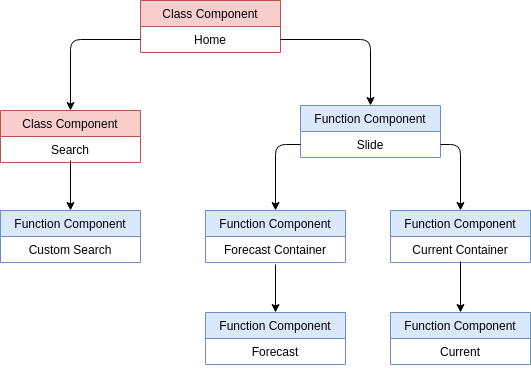
Above: diagramas/arbolComponentes.png in morenocl/may-weather (draw.io), before the change. Source tidied: cells renumbered, new cells last; positions are measured from the earlier drawing's top-left corner, leaving out a move shared by most shapes.
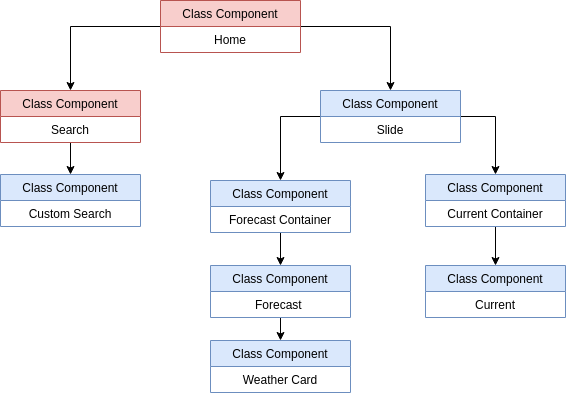
Later version of the same file.

What changed in the source:
```diff
@@ -2,96 +2,83 @@
   <root>
     <mxCell id="0" />
     <mxCell id="1" parent="0" />
-    <mxCell id="2" value="Class Component" style="swimlane;fontStyle=0;horizontal=1;startSize=26;fillColor=#f8cecc;strokeColor=#b85450;" parent="1" vertex="1">
-      <mxGeometry x="140" width="140" height="52" as="geometry" />
-    </mxCell>
+    <mxCell id="25" style="edgeStyle=orthogonalEdgeStyle;rounded=0;jettySize=auto;html=1;exitX=1;exitY=0.5;exitDx=0;exitDy=0;entryX=0.5;entryY=0;entryDx=0;entryDy=0;" parent="1" edge="1" source="27" target="32">
+      <mxGeometry relative="1" as="geometry" />
+    </mxCell>
+    <mxCell id="26" style="edgeStyle=orthogonalEdgeStyle;rounded=0;jettySize=auto;html=1;exitX=0;exitY=0.5;exitDx=0;exitDy=0;entryX=0.5;entryY=0;entryDx=0;entryDy=0;" parent="1" edge="1" source="27" target="29">
+      <mxGeometry relative="1" as="geometry" />
+    </mxCell>
+    <mxCell id="27" value="Class Component" style="swimlane;fontStyle=0;horizontal=1;startSize=26;fillColor=#f8cecc;strokeColor=#b85450;" parent="1" vertex="1">
+      <mxGeometry x="100" width="140" height="52" as="geometry" />
+    </mxCell>
-    <mxCell id="3" value="Home" style="text;strokeColor=none;fillColor=none;align=center;verticalAlign=top;spacingLeft=4;spacingRight=4;overflow=hidden;points=[[0,0.5],[1,0.5]];portConstraint=eastwest;" parent="2" vertex="1">
+    <mxCell id="3" value="Home" style="text;strokeColor=none;fillColor=none;align=center;verticalAlign=top;spacingLeft=4;spacingRight=4;overflow=hidden;points=[[0,0.5],[1,0.5]];portConstraint=eastwest;" parent="27" vertex="1">
       <mxGeometry y="26" width="140" height="26" as="geometry" />
     </mxCell>
-    <mxCell id="4" value="Class Component" style="swimlane;fontStyle=0;horizontal=1;startSize=26;fillColor=#f8cecc;strokeColor=#b85450;" parent="1" vertex="1">
-      <mxGeometry y="110" width="140" height="52" as="geometry" />
-    </mxCell>
+    <mxCell id="28" style="edgeStyle=orthogonalEdgeStyle;rounded=0;jettySize=auto;html=1;exitX=0.5;exitY=1;exitDx=0;exitDy=0;entryX=0.5;entryY=0;entryDx=0;entryDy=0;" parent="1" edge="1" source="29" target="42">
+      <mxGeometry relative="1" as="geometry" />
+    </mxCell>
+    <mxCell id="29" value="Class Component" style="swimlane;fontStyle=0;horizontal=1;startSize=26;fillColor=#f8cecc;strokeColor=#b85450;" parent="1" vertex="1">
+      <mxGeometry x="-60" y="90" width="140" height="52" as="geometry" />
+    </mxCell>
-    <mxCell id="5" value="Search" style="text;strokeColor=none;fillColor=none;align=center;verticalAlign=top;spacingLeft=4;spacingRight=4;overflow=hidden;" parent="4" vertex="1">
+    <mxCell id="5" value="Search" style="text;strokeColor=none;fillColor=none;align=center;verticalAlign=top;spacingLeft=4;spacingRight=4;overflow=hidden;" parent="29" vertex="1">
       <mxGeometry y="26" width="140" height="26" as="geometry" />
     </mxCell>
-    <mxCell id="6" value="Function Component" style="swimlane;fontStyle=0;horizontal=1;startSize=26;fillColor=#dae8fc;strokeColor=#6c8ebf;" parent="1" vertex="1">
-      <mxGeometry x="300" y="105" width="140" height="52" as="geometry" />
-    </mxCell>
+    <mxCell id="30" style="edgeStyle=orthogonalEdgeStyle;rounded=0;jettySize=auto;html=1;exitX=0;exitY=0.5;exitDx=0;exitDy=0;entryX=0.5;entryY=0;entryDx=0;entryDy=0;" parent="1" edge="1" source="32" target="34">
+      <mxGeometry relative="1" as="geometry" />
+    </mxCell>
+    <mxCell id="31" style="edgeStyle=orthogonalEdgeStyle;rounded=0;jettySize=auto;html=1;exitX=1;exitY=0.5;exitDx=0;exitDy=0;entryX=0.5;entryY=0;entryDx=0;entryDy=0;" parent="1" edge="1" source="32" target="36">
+      <mxGeometry relative="1" as="geometry" />
+    </mxCell>
+    <mxCell id="32" value="Class Component" style="swimlane;fontStyle=0;horizontal=1;startSize=26;fillColor=#dae8fc;strokeColor=#6c8ebf;" parent="1" vertex="1">
+      <mxGeometry x="260" y="90" width="140" height="52" as="geometry" />
+    </mxCell>
-    <mxCell id="7" value="Slide" style="text;strokeColor=none;fillColor=none;align=center;verticalAlign=top;spacingLeft=4;spacingRight=4;overflow=hidden;points=[[0,0.5],[1,0.5]];portConstraint=eastwest;" parent="6" vertex="1">
+    <mxCell id="7" value="Slide" style="text;strokeColor=none;fillColor=none;align=center;verticalAlign=top;spacingLeft=4;spacingRight=4;overflow=hidden;points=[[0,0.5],[1,0.5]];portConstraint=eastwest;" parent="32" vertex="1">
       <mxGeometry y="26" width="140" height="26" as="geometry" />
     </mxCell>
-    <mxCell id="8" value="Function Component" style="swimlane;fontStyle=0;horizontal=1;startSize=26;fillColor=#dae8fc;strokeColor=#6c8ebf;" parent="1" vertex="1">
-      <mxGeometry x="205" y="210" width="140" height="52" as="geometry" />
-    </mxCell>
+    <mxCell id="33" style="edgeStyle=orthogonalEdgeStyle;rounded=0;jettySize=auto;html=1;exitX=0.5;exitY=1;exitDx=0;exitDy=0;entryX=0.5;entryY=0;entryDx=0;entryDy=0;" parent="1" edge="1" source="34" target="38">
+      <mxGeometry relative="1" as="geometry" />
+    </mxCell>
+    <mxCell id="34" value="Class Component" style="swimlane;fontStyle=0;horizontal=1;startSize=26;fillColor=#dae8fc;strokeColor=#6c8ebf;" parent="1" vertex="1">
+      <mxGeometry x="150" y="180" width="140" height="52" as="geometry" />
+    </mxCell>
-    <mxCell id="9" value="Forecast Container" style="text;strokeColor=none;fillColor=none;align=center;verticalAlign=top;spacingLeft=4;spacingRight=4;overflow=hidden;" parent="8" vertex="1">
+    <mxCell id="9" value="Forecast Container" style="text;strokeColor=none;fillColor=none;align=center;verticalAlign=top;spacingLeft=4;spacingRight=4;overflow=hidden;" parent="34" vertex="1">
       <mxGeometry y="26" width="140" height="26" as="geometry" />
     </mxCell>
-    <mxCell id="10" value="Function Component" style="swimlane;fontStyle=0;horizontal=1;startSize=26;fillColor=#dae8fc;strokeColor=#6c8ebf;" parent="1" vertex="1">
-      <mxGeometry x="205" y="312" width="140" height="52" as="geometry" />
-    </mxCell>
+    <mxCell id="35" style="edgeStyle=orthogonalEdgeStyle;rounded=0;jettySize=auto;html=1;exitX=0.5;exitY=1;exitDx=0;exitDy=0;entryX=0.5;entryY=0;entryDx=0;entryDy=0;" parent="1" edge="1" source="36" target="39">
+      <mxGeometry relative="1" as="geometry" />
+    </mxCell>
+    <mxCell id="36" value="Class Component" style="swimlane;fontStyle=0;horizontal=1;startSize=26;fillColor=#dae8fc;strokeColor=#6c8ebf;" parent="1" vertex="1">
+      <mxGeometry x="365" y="174" width="140" height="52" as="geometry" />
+    </mxCell>
+    <mxCell id="13" value="Current Container" style="text;strokeColor=none;fillColor=none;align=center;verticalAlign=top;spacingLeft=4;spacingRight=4;overflow=hidden;" parent="36" vertex="1">
+      <mxGeometry y="26" width="140" height="26" as="geometry" />
+    </mxCell>
+    <mxCell id="37" style="edgeStyle=orthogonalEdgeStyle;rounded=0;jettySize=auto;html=1;exitX=0.5;exitY=1;exitDx=0;exitDy=0;entryX=0.5;entryY=0;entryDx=0;entryDy=0;" parent="1" edge="1" source="38" target="40">
+      <mxGeometry relative="1" as="geometry" />
+    </mxCell>
+    <mxCell id="38" value="Class Component" style="swimlane;fontStyle=0;horizontal=1;startSize=26;fillColor=#dae8fc;strokeColor=#6c8ebf;" parent="1" vertex="1">
+      <mxGeometry x="150" y="265" width="140" height="52" as="geometry" />
+    </mxCell>
-    <mxCell id="11" value="Forecast" style="text;strokeColor=none;fillColor=none;align=center;verticalAlign=top;spacingLeft=4;spacingRight=4;overflow=hidden;" parent="10" vertex="1">
+    <mxCell id="11" value="Forecast " style="text;strokeColor=none;fillColor=none;align=center;verticalAlign=top;spacingLeft=4;spacingRight=4;overflow=hidden;" parent="38" vertex="1">
       <mxGeometry y="26" width="140" height="26" as="geometry" />
     </mxCell>
-    <mxCell id="12" value="Function Component" style="swimlane;fontStyle=0;horizontal=1;startSize=26;fillColor=#dae8fc;strokeColor=#6c8ebf;" parent="1" vertex="1">
-      <mxGeometry x="390" y="210" width="140" height="52" as="geometry" />
-    </mxCell>
-    <mxCell id="13" value="Current Container" style="text;strokeColor=none;fillColor=none;align=center;verticalAlign=top;spacingLeft=4;spacingRight=4;overflow=hidden;" parent="12" vertex="1">
-      <mxGeometry y="26" width="140" height="26" as="geometry" />
-    </mxCell>
-    <mxCell id="14" value="Function Component" style="swimlane;fontStyle=0;horizontal=1;startSize=26;fillColor=#dae8fc;strokeColor=#6c8ebf;" parent="1" vertex="1">
-      <mxGeometry x="390" y="312" width="140" height="52" as="geometry" />
-    </mxCell>
+    <mxCell id="39" value="Class Component" style="swimlane;fontStyle=0;horizontal=1;startSize=26;fillColor=#dae8fc;strokeColor=#6c8ebf;" parent="1" vertex="1">
+      <mxGeometry x="365" y="265" width="140" height="52" as="geometry" />
+    </mxCell>
-    <mxCell id="15" value="Current" style="text;strokeColor=none;fillColor=none;align=center;verticalAlign=top;spacingLeft=4;spacingRight=4;overflow=hidden;" parent="14" vertex="1">
+    <mxCell id="15" value="Current" style="text;strokeColor=none;fillColor=none;align=center;verticalAlign=top;spacingLeft=4;spacingRight=4;overflow=hidden;" parent="39" vertex="1">
       <mxGeometry y="26" width="140" height="26" as="geometry" />
     </mxCell>
-    <mxCell id="16" value="Function Component" style="swimlane;fontStyle=0;horizontal=1;startSize=26;fillColor=#dae8fc;strokeColor=#6c8ebf;" parent="1" vertex="1">
-      <mxGeometry y="210" width="140" height="52" as="geometry" />
-    </mxCell>
+    <mxCell id="40" value="Class Component" style="swimlane;fontStyle=0;horizontal=1;startSize=26;fillColor=#dae8fc;strokeColor=#6c8ebf;" parent="1" vertex="1">
+      <mxGeometry x="150" y="340" width="140" height="52" as="geometry" />
+    </mxCell>
+    <mxCell id="41" value="Weather Card" style="text;strokeColor=none;fillColor=none;align=center;verticalAlign=top;spacingLeft=4;spacingRight=4;overflow=hidden;" parent="40" vertex="1">
+      <mxGeometry y="26" width="140" height="26" as="geometry" />
+    </mxCell>
+    <mxCell id="42" value="Class Component" style="swimlane;fontStyle=0;horizontal=1;startSize=26;fillColor=#dae8fc;strokeColor=#6c8ebf;" parent="1" vertex="1">
+      <mxGeometry x="-60" y="174" width="140" height="52" as="geometry" />
+    </mxCell>
-    <mxCell id="17" value="Custom Search" style="text;strokeColor=none;fillColor=none;align=center;verticalAlign=top;spacingLeft=4;spacingRight=4;overflow=hidden;" parent="16" vertex="1">
+    <mxCell id="17" value="Custom Search" style="text;strokeColor=none;fillColor=none;align=center;verticalAlign=top;spacingLeft=4;spacingRight=4;overflow=hidden;" parent="42" vertex="1">
       <mxGeometry y="26" width="140" height="26" as="geometry" />
     </mxCell>
-    <mxCell id="18" style="endArrow=classic;html=1;entryX=0.5;entryY=0;entryDx=0;entryDy=0;exitX=1;exitY=0.5;exitDx=0;exitDy=0;" parent="1" edge="1" source="3" target="6">
-      <mxGeometry relative="1" as="geometry">
-        <Array as="points">
-          <mxPoint x="370" y="39" />
-        </Array>
-      </mxGeometry>
-    </mxCell>
-    <mxCell id="19" style="endArrow=classic;html=1;entryX=0.5;entryY=0;entryDx=0;entryDy=0;exitX=0;exitY=0.5;exitDx=0;exitDy=0;" parent="1" edge="1" source="3" target="4">
-      <mxGeometry relative="1" as="geometry">
-        <Array as="points">
-          <mxPoint x="70" y="39" />
-        </Array>
-      </mxGeometry>
-    </mxCell>
-    <mxCell id="20" style="endArrow=classic;html=1;entryX=0.5;entryY=0;entryDx=0;entryDy=0;" parent="1" edge="1" target="16">
-      <mxGeometry relative="1" as="geometry">
-        <mxPoint x="70" y="160" as="sourcePoint" />
-      </mxGeometry>
-    </mxCell>
-    <mxCell id="21" style="endArrow=classic;html=1;entryX=0.5;entryY=0;entryDx=0;entryDy=0;" parent="1" edge="1" target="10">
-      <mxGeometry relative="1" as="geometry">
-        <mxPoint x="275" y="264" as="sourcePoint" />
-      </mxGeometry>
-    </mxCell>
-    <mxCell id="22" style="endArrow=classic;html=1;entryX=0.5;entryY=0;entryDx=0;entryDy=0;" parent="1" edge="1" target="14">
-      <mxGeometry relative="1" as="geometry">
-        <mxPoint x="460" y="261" as="sourcePoint" />
-      </mxGeometry>
-    </mxCell>
-    <mxCell id="23" style="endArrow=classic;html=1;entryX=0.5;entryY=0;entryDx=0;entryDy=0;exitX=0;exitY=0.5;exitDx=0;exitDy=0;" parent="1" edge="1" source="7" target="8">
-      <mxGeometry relative="1" as="geometry">
-        <Array as="points">
-          <mxPoint x="275" y="144" />
-        </Array>
-      </mxGeometry>
-    </mxCell>
-    <mxCell id="24" style="endArrow=classic;html=1;entryX=0.5;entryY=0;entryDx=0;entryDy=0;exitX=1;exitY=0.5;exitDx=0;exitDy=0;" parent="1" edge="1" source="7" target="12">
-      <mxGeometry relative="1" as="geometry">
-        <Array as="points">
-          <mxPoint x="460" y="144" />
-        </Array>
-      </mxGeometry>
-    </mxCell>
   </root>
 </mxGraphModel>
```
